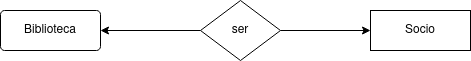
Earlier version of the draw.io export Unidad-1/Tareas/Tarea-7/Tarea-7.drawio.png (CRhernandez1/base-datos). Source tidied: cells renumbered, new cells last; positions are measured from the earlier drawing's top-left corner, leaving out a move shared by most shapes.
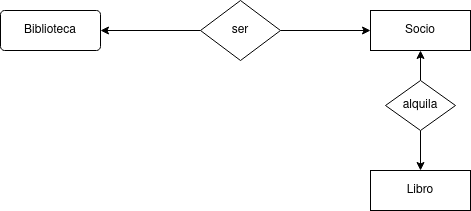
The same diagram one commit later.

The edit, as a diff of the source:
```diff
@@ -17,5 +17,17 @@
     <mxCell id="6" value="&lt;div&gt;ser&lt;/div&gt;" style="shape=rhombus;perimeter=rhombusPerimeter;whiteSpace=wrap;html=1;align=center;" parent="1" vertex="1">
       <mxGeometry x="200" width="80" height="60" as="geometry" />
     </mxCell>
+    <mxCell id="7" value="Libro" style="whiteSpace=wrap;html=1;align=center;" parent="1" vertex="1">
+      <mxGeometry x="370" y="170" width="100" height="40" as="geometry" />
+    </mxCell>
+    <mxCell id="8" style="edgeStyle=orthogonalEdgeStyle;rounded=0;jettySize=auto;html=1;exitX=0.5;exitY=0;exitDx=0;exitDy=0;entryX=0.5;entryY=1;entryDx=0;entryDy=0;" parent="1" edge="1" source="10" target="3">
+      <mxGeometry relative="1" as="geometry" />
+    </mxCell>
+    <mxCell id="9" style="edgeStyle=orthogonalEdgeStyle;rounded=0;jettySize=auto;html=1;exitX=0.5;exitY=1;exitDx=0;exitDy=0;entryX=0.5;entryY=0;entryDx=0;entryDy=0;" parent="1" edge="1" source="10" target="7">
+      <mxGeometry relative="1" as="geometry" />
+    </mxCell>
+    <mxCell id="10" value="alquila" style="shape=rhombus;perimeter=rhombusPerimeter;whiteSpace=wrap;html=1;align=center;" parent="1" vertex="1">
+      <mxGeometry x="385" y="80" width="70" height="50" as="geometry" />
+    </mxCell>
   </root>
 </mxGraphModel>
```
